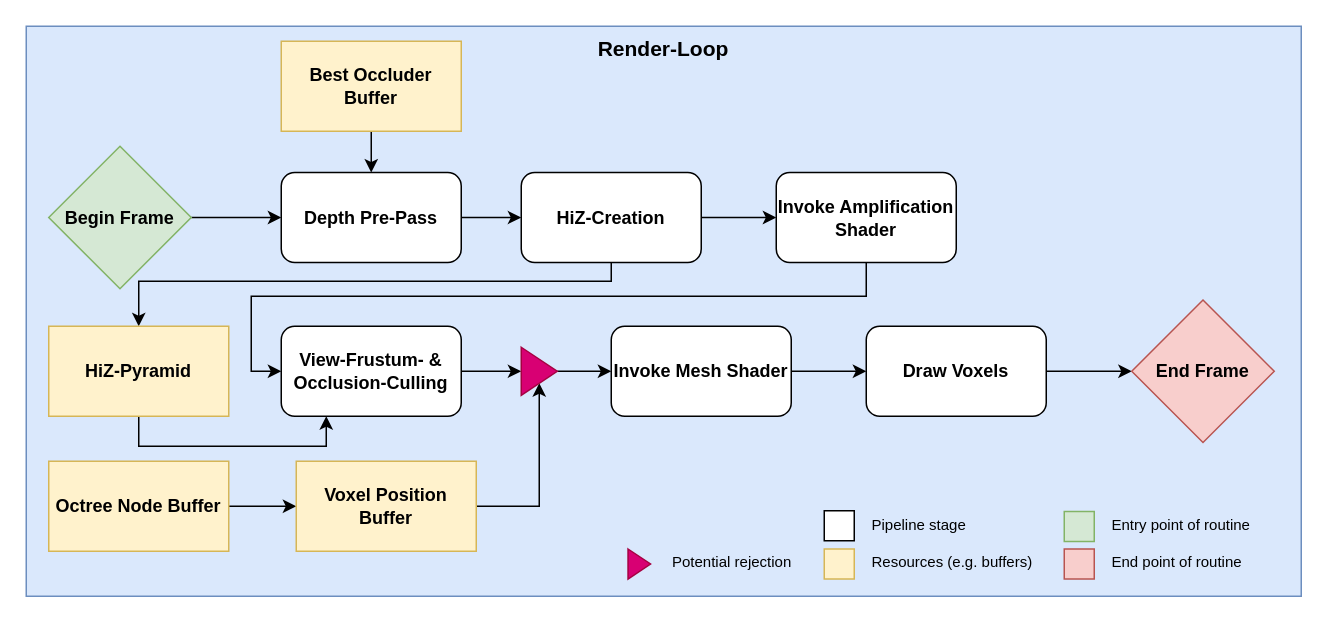
Above: page "Rendering-Loop" (2 of 3) of Thesis/images/graphics/MA_Rendering_Pipeline.drawio in FreddyOm/MScThesis (draw.io), before the change. Source tidied: cells renumbered, new cells numbered last; positions are measured from the earlier drawing's top-left corner, leaving out a move shared by most shapes. Both pictures are drawn from the tidied source at 150%, with x=0, y=0 at pixel (26, 26).
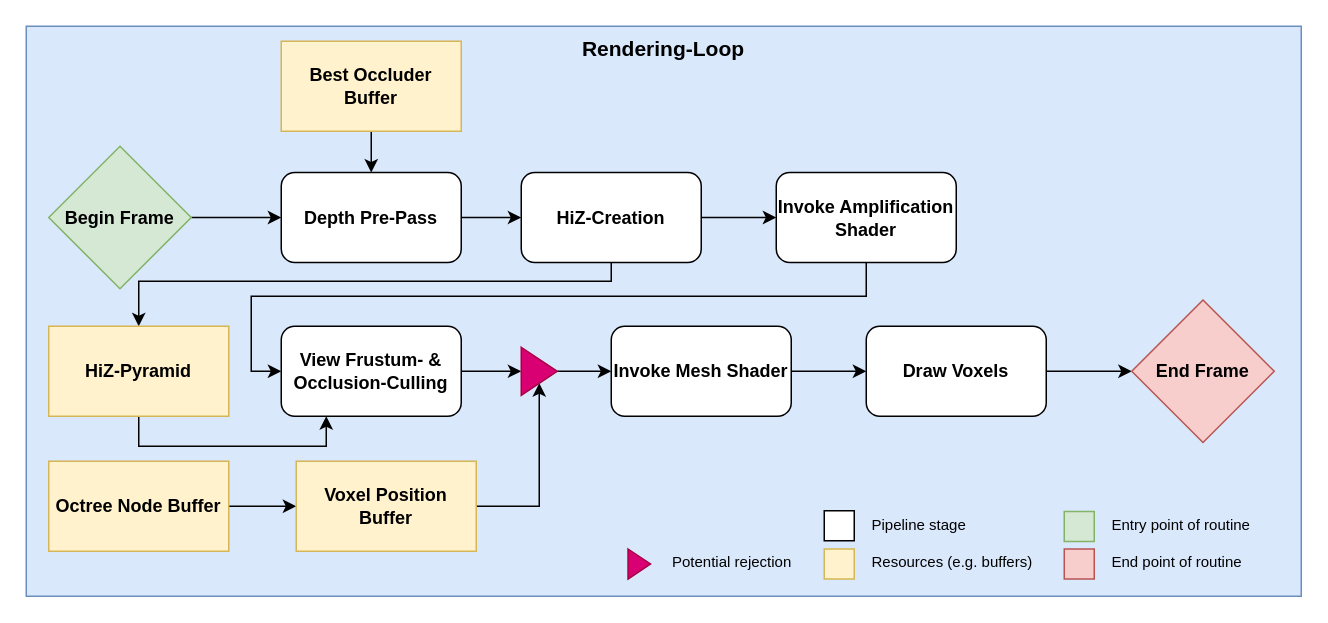
The same page after the edit.

Diff of the diagram source:
```diff
@@
-    <mxCell id="2" value="&lt;b&gt;&lt;font style=&quot;font-size: 14px;&quot; face=&quot;Lexend&quot;&gt;Render-Loop&lt;/font&gt;&lt;/b&gt;" style="rounded=0;whiteSpace=wrap;html=1;fillColor=#dae8fc;strokeColor=#6c8ebf;verticalAlign=top;" parent="1" vertex="1">
+    <mxCell id="2" value="&lt;b&gt;&lt;font style=&quot;font-size: 14px;&quot; face=&quot;Lexend&quot;&gt;Rendering-Loop&lt;/font&gt;&lt;/b&gt;" style="rounded=0;whiteSpace=wrap;html=1;fillColor=#dae8fc;strokeColor=#6c8ebf;verticalAlign=top;" parent="1" vertex="1">
       <mxGeometry width="850" height="380" as="geometry" />
     </mxCell>
@@
-    <mxCell id="13" value="&lt;font face=&quot;Lexend&quot;&gt;&lt;b&gt;View-Frustum- &amp;amp; Occlusion-Culling&lt;/b&gt;&lt;/font&gt;" style="rounded=1;whiteSpace=wrap;html=1;" parent="1" vertex="1">
+    <mxCell id="13" value="&lt;font face=&quot;Lexend&quot;&gt;&lt;b&gt;View Frustum- &amp;amp; Occlusion-Culling&lt;/b&gt;&lt;/font&gt;" style="rounded=1;whiteSpace=wrap;html=1;" parent="1" vertex="1">
       <mxGeometry x="170" y="200" width="120" height="60" as="geometry" />
     </mxCell>
```
